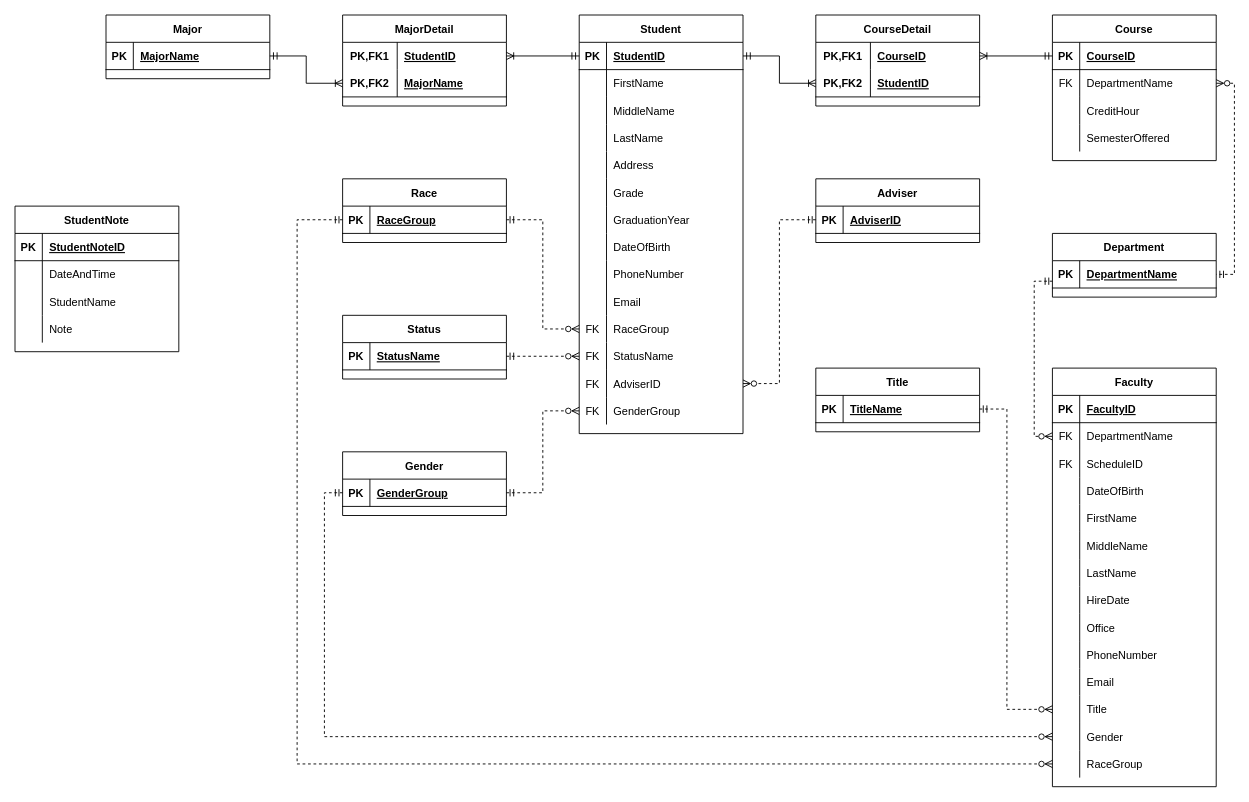
Before: National Education Associates ERD.drawio in JerryJi002/Diagrams, a draw.io diagram. Source tidied: cells renumbered, new cells numbered last; positions are measured from the earlier drawing's top-left corner, leaving out a move shared by most shapes. Both pictures are drawn from the tidied source at 91%, with x=0, y=0 at pixel (15, 15).
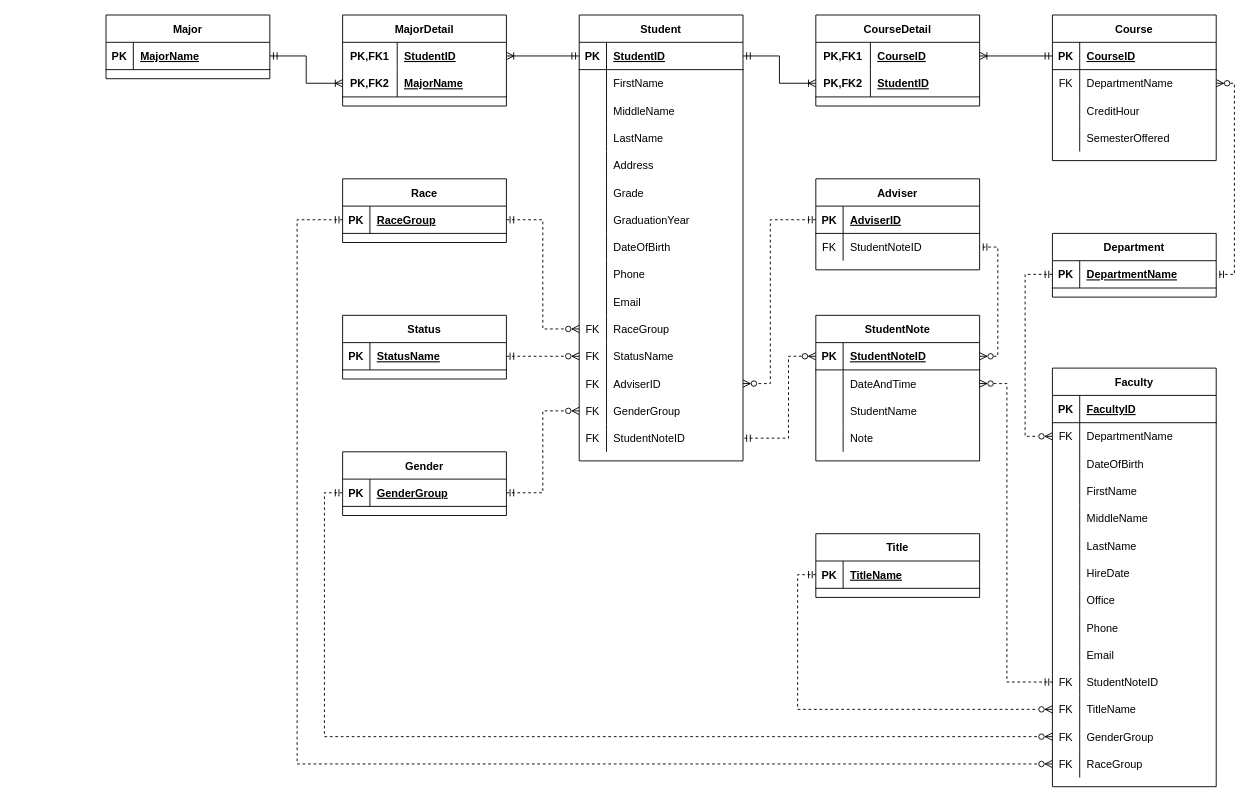
The same diagram, later.

The change refers to these unchanged cells:
```xml
<mxCell id="27" style="shape=tableRow;horizontal=0;startSize=0;swimlaneHead=0;swimlaneBody=0;fillColor=none;top=0;left=0;right=0;bottom=0;" parent="2" vertex="1">
  <mxGeometry y="270" width="180" height="30" as="geometry" />
</mxCell>
<mxCell id="39" style="shape=tableRow;horizontal=0;startSize=0;swimlaneHead=0;swimlaneBody=0;fillColor=none;points=[[0,0.5],[1,0.5]];portConstraint=eastwest;top=0;left=0;right=0;bottom=0;" parent="2" vertex="1">
  <mxGeometry y="390" width="180" height="30" as="geometry" />
</mxCell>
<mxCell id="45" value="Faculty" style="shape=table;startSize=30;childLayout=tableLayout;rowLines=0;fontStyle=1;align=center;" parent="1" vertex="1">
  <mxGeometry x="1140" y="388" width="180" height="460" as="geometry" />
</mxCell>
<mxCell id="49" style="shape=tableRow;horizontal=0;startSize=0;swimlaneHead=0;swimlaneBody=0;fillColor=none;points=[[0,0.5],[1,0.5]];portConstraint=eastwest;top=0;left=0;right=0;bottom=0;" parent="45" vertex="1">
  <mxGeometry y="60" width="180" height="30" as="geometry" />
</mxCell>
<mxCell id="76" style="shape=tableRow;horizontal=0;startSize=0;swimlaneHead=0;swimlaneBody=0;fillColor=none;points=[[0,0.5],[1,0.5]];portConstraint=eastwest;top=0;left=0;right=0;bottom=0;" parent="45" vertex="1">
  <mxGeometry y="330" width="180" height="30" as="geometry" />
</mxCell>
<mxCell id="79" style="shape=tableRow;horizontal=0;startSize=0;swimlaneHead=0;swimlaneBody=0;fillColor=none;points=[[0,0.5],[1,0.5]];portConstraint=eastwest;top=0;left=0;right=0;bottom=0;" parent="45" vertex="1">
  <mxGeometry y="360" width="180" height="30" as="geometry" />
</mxCell>
<mxCell id="82" style="shape=tableRow;horizontal=0;startSize=0;swimlaneHead=0;swimlaneBody=0;fillColor=none;points=[[0,0.5],[1,0.5]];portConstraint=eastwest;top=0;left=0;right=0;bottom=0;" parent="45" vertex="1">
  <mxGeometry y="390" width="180" height="30" as="geometry" />
</mxCell>
<mxCell id="85" style="shape=tableRow;horizontal=0;startSize=0;swimlaneHead=0;swimlaneBody=0;fillColor=none;points=[[0,0.5],[1,0.5]];portConstraint=eastwest;top=0;left=0;right=0;bottom=0;" parent="45" vertex="1">
  <mxGeometry y="420" width="180" height="30" as="geometry" />
</mxCell>
<mxCell id="89" value="Department" style="shape=table;startSize=30;childLayout=tableLayout;rowLines=0;fontStyle=1;align=center;" parent="1" vertex="1">
  <mxGeometry x="1140" y="240" width="180" height="70" as="geometry" />
</mxCell>
<mxCell id="90" style="shape=tableRow;horizontal=0;startSize=0;swimlaneHead=0;swimlaneBody=0;fillColor=none;points=[[0,0.5],[1,0.5]];portConstraint=eastwest;top=0;left=0;right=0;bottom=1;" parent="89" vertex="1">
  <mxGeometry y="30" width="180" height="30" as="geometry" />
</mxCell>
<mxCell id="150" style="shape=tableRow;horizontal=0;startSize=0;swimlaneHead=0;swimlaneBody=0;fillColor=none;points=[[0,0.5],[1,0.5]];portConstraint=eastwest;top=0;left=0;right=0;bottom=1;" parent="149" vertex="1">
  <mxGeometry y="30" width="180" height="30" as="geometry" />
</mxCell>
<mxCell id="157" style="shape=tableRow;horizontal=0;startSize=0;swimlaneHead=0;swimlaneBody=0;fillColor=none;points=[[0,0.5],[1,0.5]];portConstraint=eastwest;top=0;left=0;right=0;bottom=1;" parent="156" vertex="1">
  <mxGeometry y="30" width="180" height="30" as="geometry" />
</mxCell>
<mxCell id="160" style="shape=tableRow;horizontal=0;startSize=0;swimlaneHead=0;swimlaneBody=0;fillColor=none;points=[[0,0.5],[1,0.5]];portConstraint=eastwest;top=0;left=0;right=0;bottom=0;" parent="156" vertex="1">
  <mxGeometry y="60" width="180" height="30" as="geometry" />
</mxCell>
```

Diff of the diagram source:
```diff
@@
     <mxCell id="2" value="Student" style="shape=table;startSize=30;childLayout=tableLayout;rowLines=0;fontStyle=1;align=center;" parent="1" vertex="1">
-      <mxGeometry x="620" width="180" height="460" as="geometry" />
+      <mxGeometry x="620" width="180" height="490" as="geometry" />
     </mxCell>
@@
-    <mxCell id="29" value="PhoneNumber" style="shape=partialRectangle;fillColor=none;top=0;left=0;bottom=0;right=0;align=left;spacingLeft=6;overflow=hidden;" parent="27" vertex="1">
+    <mxCell id="29" value="Phone" style="shape=partialRectangle;fillColor=none;top=0;left=0;bottom=0;right=0;align=left;spacingLeft=6;overflow=hidden;" parent="27" vertex="1">
       <mxGeometry x="30" width="150" height="30" as="geometry" />
     </mxCell>
@@
+    <mxCell id="169" style="shape=tableRow;horizontal=0;startSize=0;swimlaneHead=0;swimlaneBody=0;fillColor=none;points=[[0,0.5],[1,0.5]];portConstraint=eastwest;top=0;left=0;right=0;bottom=0;" parent="2" vertex="1">
+      <mxGeometry y="450" width="180" height="30" as="geometry" />
+    </mxCell>
+    <mxCell id="170" value="FK" style="shape=partialRectangle;fillColor=none;top=0;left=0;bottom=0;right=0;overflow=hidden;" parent="169" vertex="1">
+      <mxGeometry width="30" height="30" as="geometry" />
+    </mxCell>
+    <mxCell id="171" value="StudentNoteID" style="shape=partialRectangle;fillColor=none;top=0;left=0;bottom=0;right=0;align=left;spacingLeft=6;overflow=hidden;" parent="169" vertex="1">
+      <mxGeometry x="30" width="150" height="30" as="geometry" />
+    </mxCell>
@@
-    <mxCell id="52" style="shape=tableRow;horizontal=0;startSize=0;swimlaneHead=0;swimlaneBody=0;fillColor=none;top=0;left=0;right=0;bottom=0;" parent="45" vertex="1">
-      <mxGeometry y="90" width="180" height="30" as="geometry" />
-    </mxCell>
-    <mxCell id="53" value="FK" style="shape=partialRectangle;fillColor=none;top=0;left=0;bottom=0;right=0;overflow=hidden;" parent="52" vertex="1">
-      <mxGeometry width="30" height="30" as="geometry" />
-    </mxCell>
-    <mxCell id="54" value="ScheduleID" style="shape=partialRectangle;fillColor=none;top=0;left=0;bottom=0;right=0;align=left;spacingLeft=6;overflow=hidden;" parent="52" vertex="1">
-      <mxGeometry x="30" width="150" height="30" as="geometry" />
-    </mxCell>
     <mxCell id="55" style="shape=tableRow;horizontal=0;startSize=0;swimlaneHead=0;swimlaneBody=0;fillColor=none;top=0;left=0;right=0;bottom=0;" parent="45" vertex="1">
-      <mxGeometry y="120" width="180" height="30" as="geometry" />
+      <mxGeometry y="90" width="180" height="30" as="geometry" />
     </mxCell>
@@
     <mxCell id="58" style="shape=tableRow;horizontal=0;startSize=0;swimlaneHead=0;swimlaneBody=0;fillColor=none;top=0;left=0;right=0;bottom=0;" parent="45" vertex="1">
-      <mxGeometry y="150" width="180" height="30" as="geometry" />
+      <mxGeometry y="120" width="180" height="30" as="geometry" />
     </mxCell>
@@
     <mxCell id="61" style="shape=tableRow;horizontal=0;startSize=0;swimlaneHead=0;swimlaneBody=0;fillColor=none;top=0;left=0;right=0;bottom=0;" parent="45" vertex="1">
-      <mxGeometry y="180" width="180" height="30" as="geometry" />
+      <mxGeometry y="150" width="180" height="30" as="geometry" />
     </mxCell>
@@
     <mxCell id="64" style="shape=tableRow;horizontal=0;startSize=0;swimlaneHead=0;swimlaneBody=0;fillColor=none;top=0;left=0;right=0;bottom=0;" parent="45" vertex="1">
-      <mxGeometry y="210" width="180" height="30" as="geometry" />
+      <mxGeometry y="180" width="180" height="30" as="geometry" />
     </mxCell>
@@
     <mxCell id="67" style="shape=tableRow;horizontal=0;startSize=0;swimlaneHead=0;swimlaneBody=0;fillColor=none;top=0;left=0;right=0;bottom=0;" parent="45" vertex="1">
-      <mxGeometry y="240" width="180" height="30" as="geometry" />
+      <mxGeometry y="210" width="180" height="30" as="geometry" />
     </mxCell>
@@
     <mxCell id="70" style="shape=tableRow;horizontal=0;startSize=0;swimlaneHead=0;swimlaneBody=0;fillColor=none;top=0;left=0;right=0;bottom=0;" parent="45" vertex="1">
-      <mxGeometry y="270" width="180" height="30" as="geometry" />
+      <mxGeometry y="240" width="180" height="30" as="geometry" />
     </mxCell>
@@
     <mxCell id="73" style="shape=tableRow;horizontal=0;startSize=0;swimlaneHead=0;swimlaneBody=0;fillColor=none;top=0;left=0;right=0;bottom=0;" parent="45" vertex="1">
-      <mxGeometry y="300" width="180" height="30" as="geometry" />
+      <mxGeometry y="270" width="180" height="30" as="geometry" />
     </mxCell>
@@
-    <mxCell id="75" value="PhoneNumber" style="shape=partialRectangle;fillColor=none;top=0;left=0;bottom=0;right=0;align=left;spacingLeft=6;overflow=hidden;" parent="73" vertex="1">
+    <mxCell id="75" value="Phone" style="shape=partialRectangle;fillColor=none;top=0;left=0;bottom=0;right=0;align=left;spacingLeft=6;overflow=hidden;" parent="73" vertex="1">
       <mxGeometry x="30" width="150" height="30" as="geometry" />
     </mxCell>
+    <mxCell id="172" style="shape=tableRow;horizontal=0;startSize=0;swimlaneHead=0;swimlaneBody=0;fillColor=none;top=0;left=0;right=0;bottom=0;" parent="45" vertex="1">
+      <mxGeometry y="300" width="180" height="30" as="geometry" />
+    </mxCell>
+    <mxCell id="173" style="shape=partialRectangle;fillColor=none;top=0;left=0;bottom=0;right=0;overflow=hidden;" parent="172" vertex="1">
+      <mxGeometry width="30" height="30" as="geometry" />
+    </mxCell>
+    <mxCell id="174" value="Email" style="shape=partialRectangle;fillColor=none;top=0;left=0;bottom=0;right=0;align=left;spacingLeft=6;overflow=hidden;" parent="172" vertex="1">
+      <mxGeometry x="30" width="150" height="30" as="geometry" />
+    </mxCell>
@@
-    <mxCell id="77" style="shape=partialRectangle;fillColor=none;top=0;left=0;bottom=0;right=0;overflow=hidden;" parent="76" vertex="1">
+    <mxCell id="77" value="FK" style="shape=partialRectangle;fillColor=none;top=0;left=0;bottom=0;right=0;overflow=hidden;" parent="76" vertex="1">
       <mxGeometry width="30" height="30" as="geometry" />
     </mxCell>
-    <mxCell id="78" value="Email" style="shape=partialRectangle;fillColor=none;top=0;left=0;bottom=0;right=0;align=left;spacingLeft=6;overflow=hidden;" parent="76" vertex="1">
+    <mxCell id="78" value="StudentNoteID" style="shape=partialRectangle;fillColor=none;top=0;left=0;bottom=0;right=0;align=left;spacingLeft=6;overflow=hidden;" parent="76" vertex="1">
       <mxGeometry x="30" width="150" height="30" as="geometry" />
     </mxCell>
@@
-    <mxCell id="80" style="shape=partialRectangle;fillColor=none;top=0;left=0;bottom=0;right=0;overflow=hidden;" parent="79" vertex="1">
+    <mxCell id="80" value="FK" style="shape=partialRectangle;fillColor=none;top=0;left=0;bottom=0;right=0;overflow=hidden;" parent="79" vertex="1">
       <mxGeometry width="30" height="30" as="geometry" />
     </mxCell>
-    <mxCell id="81" value="Title" style="shape=partialRectangle;fillColor=none;top=0;left=0;bottom=0;right=0;align=left;spacingLeft=6;overflow=hidden;" parent="79" vertex="1">
+    <mxCell id="81" value="TitleName" style="shape=partialRectangle;fillColor=none;top=0;left=0;bottom=0;right=0;align=left;spacingLeft=6;overflow=hidden;" parent="79" vertex="1">
       <mxGeometry x="30" width="150" height="30" as="geometry" />
     </mxCell>
@@
-    <mxCell id="83" style="shape=partialRectangle;fillColor=none;top=0;left=0;bottom=0;right=0;overflow=hidden;" parent="82" vertex="1">
+    <mxCell id="83" value="FK" style="shape=partialRectangle;fillColor=none;top=0;left=0;bottom=0;right=0;overflow=hidden;" parent="82" vertex="1">
       <mxGeometry width="30" height="30" as="geometry" />
     </mxCell>
-    <mxCell id="84" value="Gender" style="shape=partialRectangle;fillColor=none;top=0;left=0;bottom=0;right=0;align=left;spacingLeft=6;overflow=hidden;" parent="82" vertex="1">
+    <mxCell id="84" value="GenderGroup" style="shape=partialRectangle;fillColor=none;top=0;left=0;bottom=0;right=0;align=left;spacingLeft=6;overflow=hidden;" parent="82" vertex="1">
       <mxGeometry x="30" width="150" height="30" as="geometry" />
     </mxCell>
@@
-    <mxCell id="86" style="shape=partialRectangle;fillColor=none;top=0;left=0;bottom=0;right=0;overflow=hidden;" parent="85" vertex="1">
+    <mxCell id="86" value="FK" style="shape=partialRectangle;fillColor=none;top=0;left=0;bottom=0;right=0;overflow=hidden;" parent="85" vertex="1">
       <mxGeometry width="30" height="30" as="geometry" />
     </mxCell>
@@
-    <mxCell id="88" style="edgeStyle=orthogonalEdgeStyle;rounded=0;jettySize=auto;html=1;exitX=0;exitY=0.75;exitDx=0;exitDy=0;entryX=0;entryY=0.5;entryDx=0;entryDy=0;dashed=1;startArrow=ERmandOne;startFill=0;endArrow=ERzeroToMany;endFill=0;" parent="1" edge="1" source="89" target="49">
-      <mxGeometry relative="1" as="geometry">
-        <Array as="points">
-          <mxPoint x="1120" y="293" />
-          <mxPoint x="1120" y="463" />
-        </Array>
-      </mxGeometry>
-    </mxCell>
@@
-    <mxCell id="137" value="Adviser" style="shape=table;startSize=30;childLayout=tableLayout;rowLines=0;fontStyle=1;align=center;" parent="1" vertex="1">
-      <mxGeometry x="880" y="180" width="180" height="70" as="geometry" />
-    </mxCell>
-    <mxCell id="138" style="shape=tableRow;horizontal=0;startSize=0;swimlaneHead=0;swimlaneBody=0;fillColor=none;points=[[0,0.5],[1,0.5]];portConstraint=eastwest;top=0;left=0;right=0;bottom=1;" parent="137" vertex="1">
-      <mxGeometry y="30" width="180" height="30" as="geometry" />
-    </mxCell>
-    <mxCell id="139" value="PK" style="shape=partialRectangle;fillColor=none;top=0;left=0;bottom=0;right=0;fontStyle=1;overflow=hidden;" parent="138" vertex="1">
-      <mxGeometry width="30" height="30" as="geometry" />
-    </mxCell>
-    <mxCell id="140" value="AdviserID" style="shape=partialRectangle;fillColor=none;top=0;left=0;bottom=0;right=0;align=left;spacingLeft=6;fontStyle=5;overflow=hidden;" parent="138" vertex="1">
-      <mxGeometry x="30" width="150" height="30" as="geometry" />
-    </mxCell>
-    <mxCell id="141" style="edgeStyle=orthogonalEdgeStyle;rounded=0;jettySize=auto;html=1;exitX=0;exitY=0.5;exitDx=0;exitDy=0;entryX=1;entryY=0.5;entryDx=0;entryDy=0;startArrow=ERmandOne;startFill=0;endArrow=ERzeroToMany;endFill=0;dashed=1;" parent="1" edge="1" source="138" target="39">
-      <mxGeometry relative="1" as="geometry" />
+    <mxCell id="141" style="edgeStyle=orthogonalEdgeStyle;rounded=0;jettySize=auto;html=1;entryX=1;entryY=0.5;entryDx=0;entryDy=0;startArrow=ERmandOne;startFill=0;endArrow=ERzeroToMany;endFill=0;dashed=1;exitX=0;exitY=0.5;exitDx=0;exitDy=0;" parent="1" edge="1" source="138" target="39">
+      <mxGeometry relative="1" as="geometry">
+        <Array as="points">
+          <mxPoint x="830" y="225" />
+          <mxPoint x="830" y="405" />
+        </Array>
+      </mxGeometry>
     </mxCell>
@@
     <mxCell id="149" value="Title" style="shape=table;startSize=30;childLayout=tableLayout;rowLines=0;fontStyle=1;align=center;" parent="1" vertex="1">
-      <mxGeometry x="880" y="388" width="180" height="70" as="geometry" />
+      <mxGeometry x="880" y="570" width="180" height="70" as="geometry" />
     </mxCell>
@@
-    <mxCell id="155" style="edgeStyle=orthogonalEdgeStyle;rounded=0;jettySize=auto;html=1;dashed=1;startArrow=ERmandOne;startFill=0;endArrow=ERzeroToMany;endFill=0;exitX=1;exitY=0.5;exitDx=0;exitDy=0;entryX=0;entryY=0.5;entryDx=0;entryDy=0;" parent="1" edge="1" source="150" target="79">
-      <mxGeometry relative="1" as="geometry">
-        <Array as="points">
-          <mxPoint x="1090" y="433" />
-          <mxPoint x="1090" y="763" />
-        </Array>
-      </mxGeometry>
-    </mxCell>
     <mxCell id="156" value="StudentNote" style="shape=table;startSize=30;childLayout=tableLayout;rowLines=0;fontStyle=1;align=center;" parent="1" vertex="1">
-      <mxGeometry y="210" width="180" height="160" as="geometry" />
+      <mxGeometry x="880" y="330" width="180" height="160" as="geometry" />
     </mxCell>
@@
+    <mxCell id="175" style="edgeStyle=orthogonalEdgeStyle;rounded=0;jettySize=auto;html=1;exitX=0;exitY=0.5;exitDx=0;exitDy=0;entryX=1;entryY=0.5;entryDx=0;entryDy=0;dashed=1;endArrow=ERmandOne;endFill=0;startArrow=ERzeroToMany;startFill=0;" parent="1" edge="1" source="157" target="169">
+      <mxGeometry relative="1" as="geometry">
+        <Array as="points">
+          <mxPoint x="850" y="375" />
+          <mxPoint x="850" y="465" />
+        </Array>
+      </mxGeometry>
+    </mxCell>
+    <mxCell id="137" value="Adviser" style="shape=table;startSize=30;childLayout=tableLayout;rowLines=0;fontStyle=1;align=center;" parent="1" vertex="1">
+      <mxGeometry x="880" y="180" width="180" height="100" as="geometry" />
+    </mxCell>
+    <mxCell id="138" style="shape=tableRow;horizontal=0;startSize=0;swimlaneHead=0;swimlaneBody=0;fillColor=none;points=[[0,0.5],[1,0.5]];portConstraint=eastwest;top=0;left=0;right=0;bottom=1;" parent="137" vertex="1">
+      <mxGeometry y="30" width="180" height="30" as="geometry" />
+    </mxCell>
+    <mxCell id="139" value="PK" style="shape=partialRectangle;fillColor=none;top=0;left=0;bottom=0;right=0;fontStyle=1;overflow=hidden;" parent="138" vertex="1">
+      <mxGeometry width="30" height="30" as="geometry" />
+    </mxCell>
+    <mxCell id="140" value="AdviserID" style="shape=partialRectangle;fillColor=none;top=0;left=0;bottom=0;right=0;align=left;spacingLeft=6;fontStyle=5;overflow=hidden;" parent="138" vertex="1">
+      <mxGeometry x="30" width="150" height="30" as="geometry" />
+    </mxCell>
+    <mxCell id="176" style="shape=tableRow;horizontal=0;startSize=0;swimlaneHead=0;swimlaneBody=0;fillColor=none;points=[[0,0.5],[1,0.5]];portConstraint=eastwest;top=0;left=0;right=0;bottom=0;" parent="137" vertex="1">
+      <mxGeometry y="60" width="180" height="30" as="geometry" />
+    </mxCell>
+    <mxCell id="177" value="FK" style="shape=partialRectangle;fillColor=none;top=0;left=0;bottom=0;right=0;overflow=hidden;" parent="176" vertex="1">
+      <mxGeometry width="30" height="30" as="geometry" />
+    </mxCell>
+    <mxCell id="178" value="StudentNoteID" style="shape=partialRectangle;fillColor=none;top=0;left=0;bottom=0;right=0;align=left;spacingLeft=6;overflow=hidden;" parent="176" vertex="1">
+      <mxGeometry x="30" width="150" height="30" as="geometry" />
+    </mxCell>
+    <mxCell id="179" style="edgeStyle=orthogonalEdgeStyle;rounded=0;jettySize=auto;html=1;exitX=1;exitY=0.5;exitDx=0;exitDy=0;dashed=1;entryX=1;entryY=0.5;entryDx=0;entryDy=0;startArrow=ERzeroToMany;startFill=0;endArrow=ERmandOne;endFill=0;" parent="1" edge="1" source="157" target="176">
+      <mxGeometry relative="1" as="geometry" />
+    </mxCell>
+    <mxCell id="180" style="edgeStyle=orthogonalEdgeStyle;rounded=0;jettySize=auto;html=1;exitX=1;exitY=0.5;exitDx=0;exitDy=0;entryX=0;entryY=0.5;entryDx=0;entryDy=0;dashed=1;startArrow=ERzeroToMany;startFill=0;endArrow=ERmandOne;endFill=0;" parent="1" edge="1" source="160" target="76">
+      <mxGeometry relative="1" as="geometry">
+        <Array as="points">
+          <mxPoint x="1090" y="405" />
+          <mxPoint x="1090" y="733" />
+        </Array>
+      </mxGeometry>
+    </mxCell>
+    <mxCell id="155" style="edgeStyle=orthogonalEdgeStyle;rounded=0;jettySize=auto;html=1;exitX=0;exitY=0.5;exitDx=0;exitDy=0;entryX=0;entryY=0.5;entryDx=0;entryDy=0;dashed=1;startArrow=ERmandOne;startFill=0;endArrow=ERzeroToMany;endFill=0;" parent="1" edge="1" source="150" target="79">
+      <mxGeometry relative="1" as="geometry" />
+    </mxCell>
+    <mxCell id="181" style="edgeStyle=orthogonalEdgeStyle;rounded=0;jettySize=auto;html=1;exitX=0;exitY=0.5;exitDx=0;exitDy=0;entryX=0;entryY=0.5;entryDx=0;entryDy=0;dashed=1;startArrow=ERmandOne;startFill=0;endArrow=ERzeroToMany;endFill=0;" parent="1" edge="1" source="90" target="49">
+      <mxGeometry relative="1" as="geometry">
+        <Array as="points">
+          <mxPoint x="1110" y="285" />
+          <mxPoint x="1110" y="463" />
+        </Array>
+      </mxGeometry>
+    </mxCell>
```
